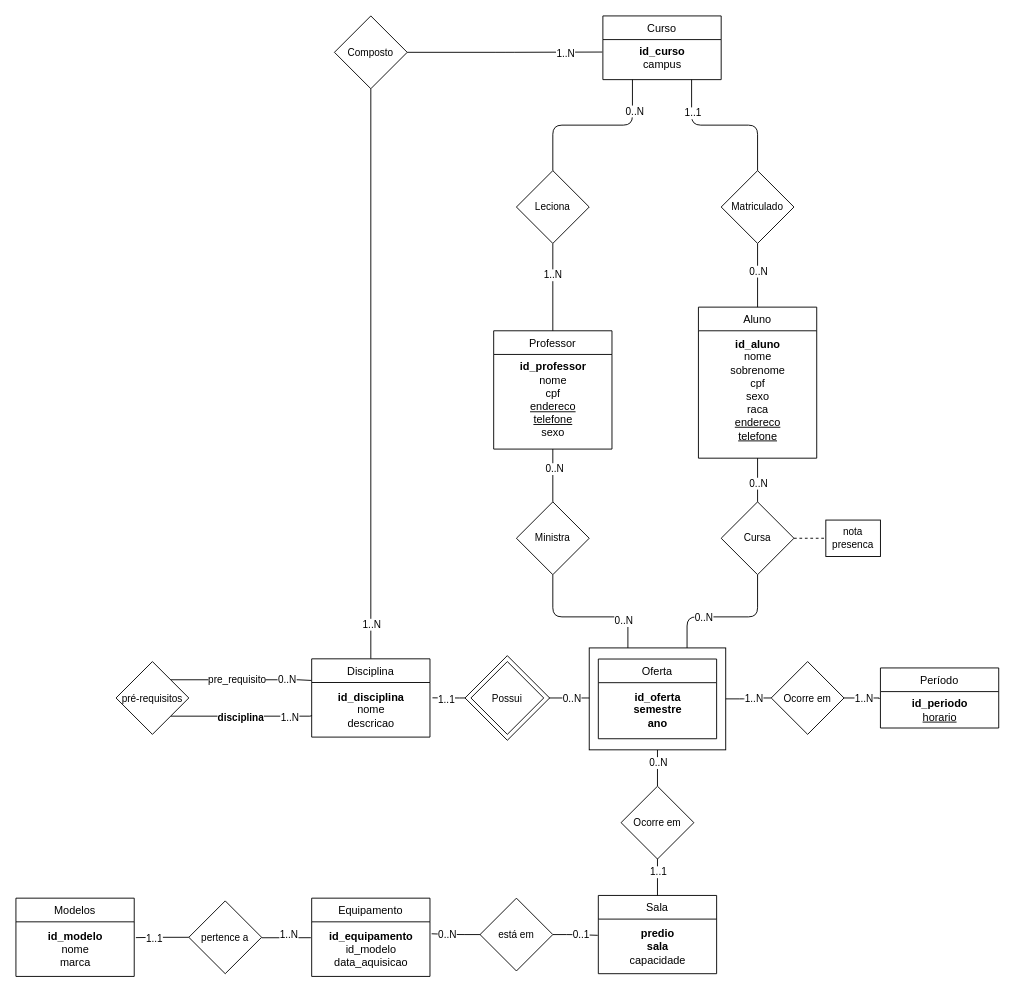
This is modelo-entidade-relacional.drawio from lknupp/sistema-de-gestao-academico, a draw.io file, before an edit. Source tidied: cells renumbered, new cells numbered last; positions are measured from the earlier drawing's top-left corner, leaving out a move shared by most shapes. Both pictures are drawn from the tidied source at 91%, with x=0, y=0 at pixel (15, 15).
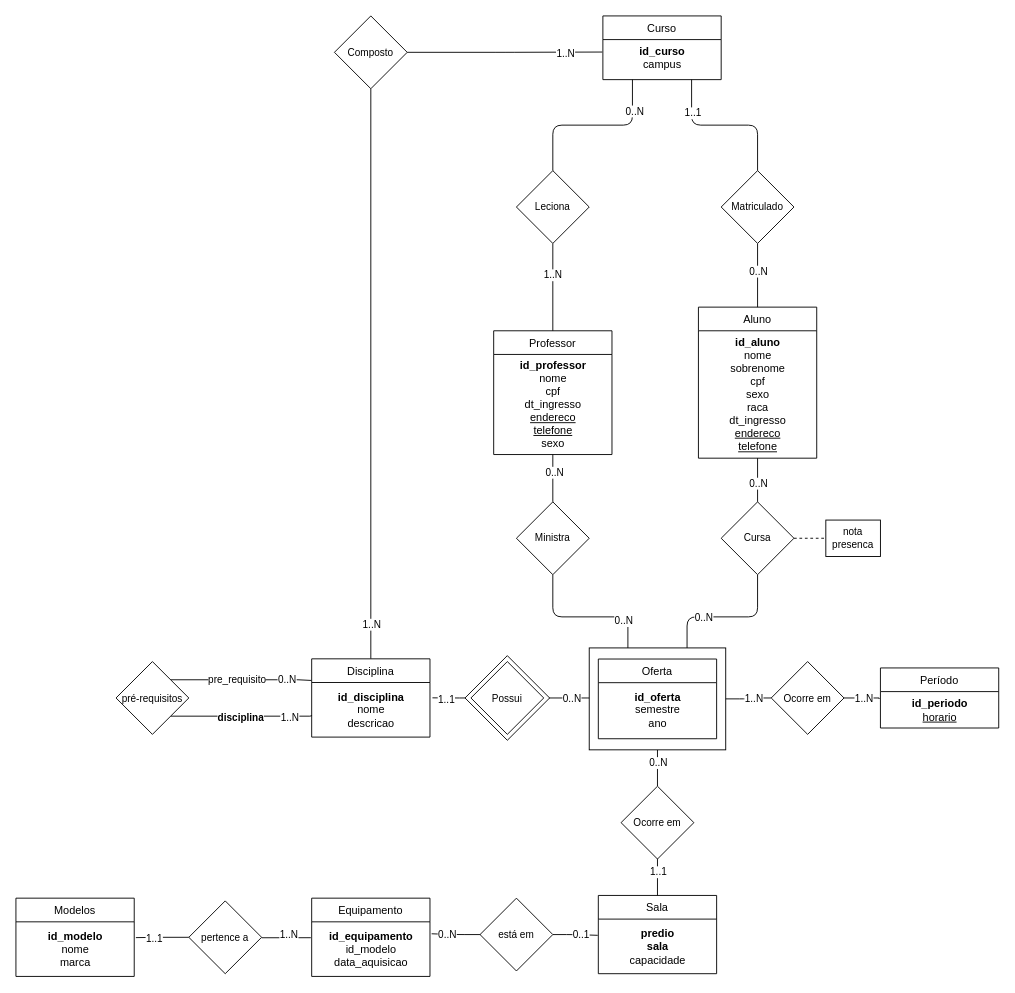
After the change.

Commit message (it also covers changes not shown here):
feat: improved diagrams

The change refers to these unchanged cells:
```xml
<mxCell id="31" value="Aluno" style="swimlane;fontStyle=0;align=center;verticalAlign=top;horizontal=1;startSize=26;rounded=0;shadow=0;strokeWidth=1;swimlaneLine=1;" parent="1" vertex="1">
  <mxGeometry x="750" y="320" width="130" height="166" as="geometry" />
</mxCell>
<mxCell id="48" value="Oferta" style="swimlane;fontStyle=0;align=center;verticalAlign=top;horizontal=1;startSize=26;rounded=0;shadow=0;strokeWidth=1;swimlaneLine=1;" parent="46" vertex="1">
  <mxGeometry x="10" y="12.2" width="130" height="87.6" as="geometry" />
</mxCell>
```

Change to the diagram source:
```diff
@@
-    <mxCell id="32" value="&lt;div align=&quot;center&quot;&gt;&lt;b&gt;id_aluno&lt;/b&gt;&lt;/div&gt;&lt;div align=&quot;center&quot;&gt;nome&lt;/div&gt;&lt;div align=&quot;center&quot;&gt;sobrenome&lt;/div&gt;&lt;div align=&quot;center&quot;&gt;cpf&lt;/div&gt;&lt;div align=&quot;center&quot;&gt;sexo&lt;/div&gt;&lt;div align=&quot;center&quot;&gt;raca&lt;/div&gt;&lt;div align=&quot;center&quot;&gt;&lt;u&gt;endereco&lt;/u&gt;&lt;/div&gt;&lt;div align=&quot;center&quot;&gt;&lt;u&gt;telefone&lt;/u&gt;&lt;/div&gt;" style="text;html=1;align=center;verticalAlign=middle;strokeColor=none;fillColor=none;" parent="31" vertex="1">
-      <mxGeometry y="26" width="130" height="130" as="geometry" />
+    <mxCell id="32" value="&lt;div align=&quot;center&quot;&gt;&lt;b&gt;id_aluno&lt;/b&gt;&lt;/div&gt;&lt;div align=&quot;center&quot;&gt;nome&lt;/div&gt;&lt;div align=&quot;center&quot;&gt;sobrenome&lt;/div&gt;&lt;div align=&quot;center&quot;&gt;cpf&lt;/div&gt;&lt;div align=&quot;center&quot;&gt;sexo&lt;/div&gt;&lt;div align=&quot;center&quot;&gt;raca&lt;/div&gt;&lt;div align=&quot;center&quot;&gt;dt_ingresso&lt;/div&gt;&lt;div align=&quot;center&quot;&gt;&lt;u&gt;endereco&lt;/u&gt;&lt;/div&gt;&lt;div align=&quot;center&quot;&gt;&lt;u&gt;telefone&lt;/u&gt;&lt;/div&gt;" style="text;html=1;align=center;verticalAlign=middle;strokeColor=none;fillColor=none;" parent="31" vertex="1">
+      <mxGeometry y="26" width="130" height="140" as="geometry" />
     </mxCell>
     <mxCell id="33" value="Professor" style="swimlane;fontStyle=0;align=center;verticalAlign=top;horizontal=1;startSize=26;rounded=0;shadow=0;strokeWidth=1;swimlaneLine=1;" parent="1" vertex="1">
-      <mxGeometry x="525" y="346" width="130" height="130" as="geometry" />
+      <mxGeometry x="525" y="346" width="130" height="136" as="geometry" />
     </mxCell>
-    <mxCell id="34" value="&lt;div align=&quot;center&quot;&gt;&lt;b&gt;id_professor&lt;/b&gt;&lt;/div&gt;&lt;div align=&quot;center&quot;&gt;nome&lt;/div&gt;&lt;div align=&quot;center&quot;&gt;cpf&lt;/div&gt;&lt;div align=&quot;center&quot;&gt;&lt;u&gt;endereco&lt;/u&gt;&lt;/div&gt;&lt;div align=&quot;center&quot;&gt;&lt;u&gt;telefone&lt;/u&gt;&lt;/div&gt;&lt;div align=&quot;center&quot;&gt;sexo&lt;/div&gt;" style="text;html=1;align=center;verticalAlign=middle;strokeColor=none;fillColor=none;" parent="33" vertex="1">
-      <mxGeometry y="26" width="130" height="100" as="geometry" />
+    <mxCell id="34" value="&lt;div align=&quot;center&quot;&gt;&lt;b&gt;id_professor&lt;/b&gt;&lt;/div&gt;&lt;div align=&quot;center&quot;&gt;nome&lt;/div&gt;&lt;div align=&quot;center&quot;&gt;cpf&lt;/div&gt;&lt;div align=&quot;center&quot;&gt;dt_ingresso&lt;br&gt;&lt;/div&gt;&lt;div align=&quot;center&quot;&gt;&lt;u&gt;endereco&lt;/u&gt;&lt;/div&gt;&lt;div align=&quot;center&quot;&gt;&lt;u&gt;telefone&lt;/u&gt;&lt;/div&gt;&lt;div align=&quot;center&quot;&gt;sexo&lt;/div&gt;" style="text;html=1;align=center;verticalAlign=middle;strokeColor=none;fillColor=none;" parent="33" vertex="1">
+      <mxGeometry y="26" width="130" height="110" as="geometry" />
     </mxCell>
@@
-    <mxCell id="49" value="&lt;div align=&quot;center&quot;&gt;&lt;b&gt;id_oferta&lt;/b&gt;&lt;/div&gt;&lt;div align=&quot;center&quot;&gt;&lt;b&gt;semestre&lt;/b&gt;&lt;/div&gt;&lt;div align=&quot;center&quot;&gt;&lt;b&gt;ano&lt;br&gt;&lt;/b&gt;&lt;/div&gt;" style="text;html=1;align=center;verticalAlign=middle;points=[];strokeColor=none;fillColor=none;" parent="48" vertex="1">
+    <mxCell id="49" value="&lt;div align=&quot;center&quot;&gt;&lt;b&gt;id_oferta&lt;/b&gt;&lt;/div&gt;&lt;div align=&quot;center&quot;&gt;semestre&lt;/div&gt;&lt;div align=&quot;center&quot;&gt;ano&lt;br&gt;&lt;/div&gt;" style="text;html=1;align=center;verticalAlign=middle;points=[];strokeColor=none;fillColor=none;" parent="48" vertex="1">
       <mxGeometry y="26" width="130" height="60" as="geometry" />
     </mxCell>
```
